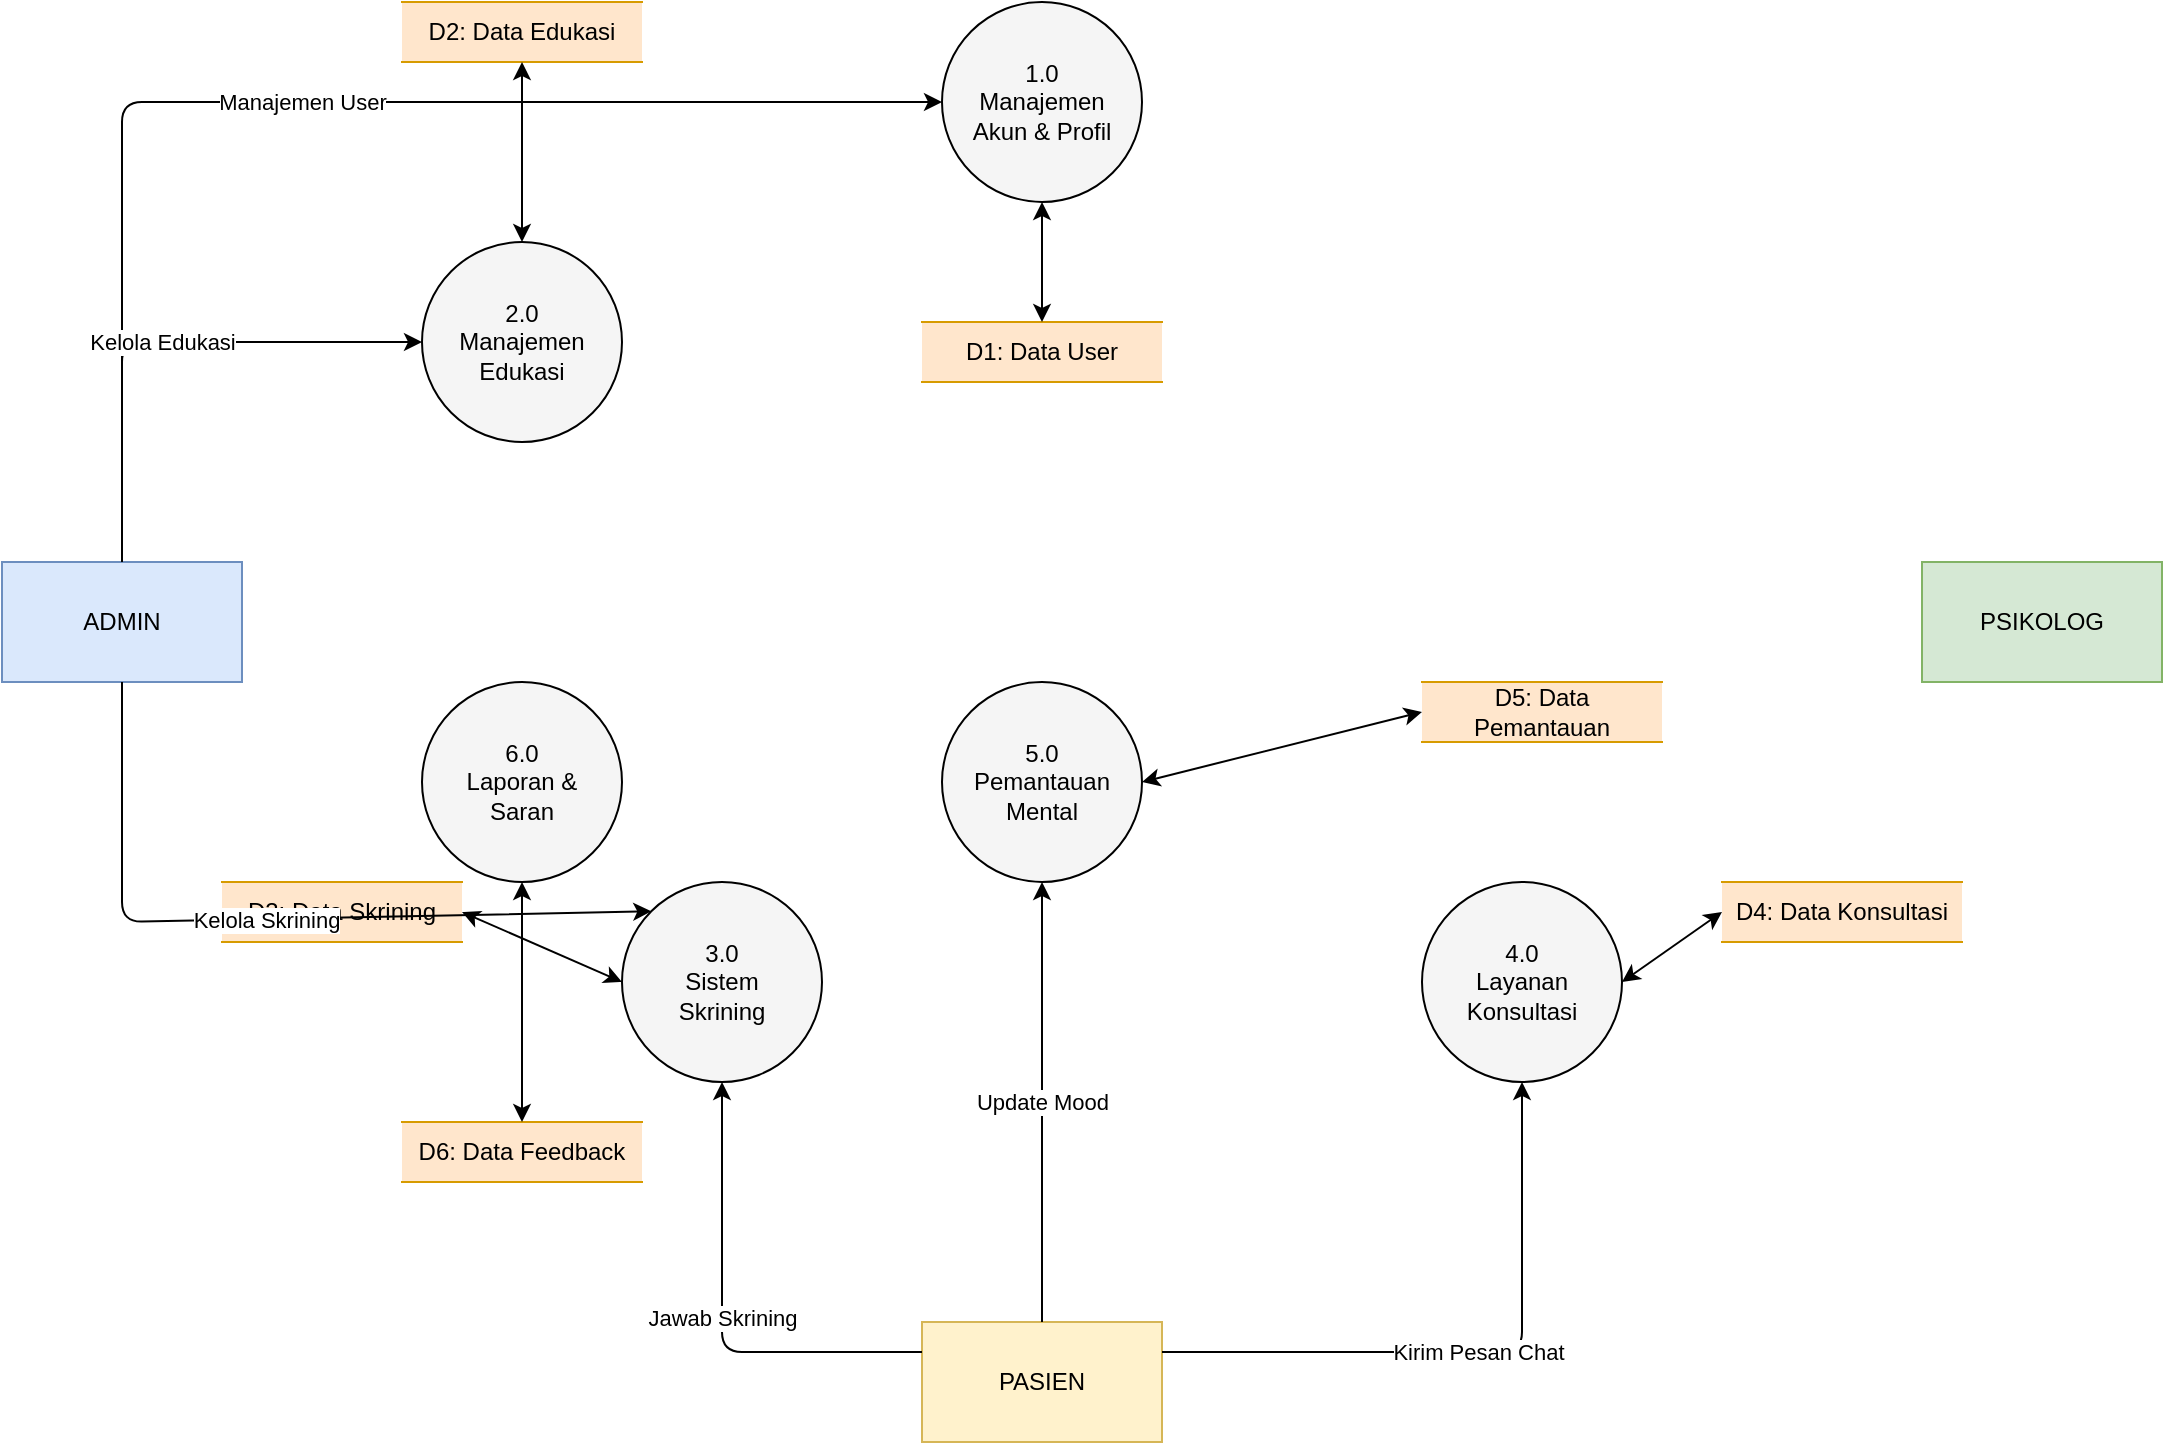
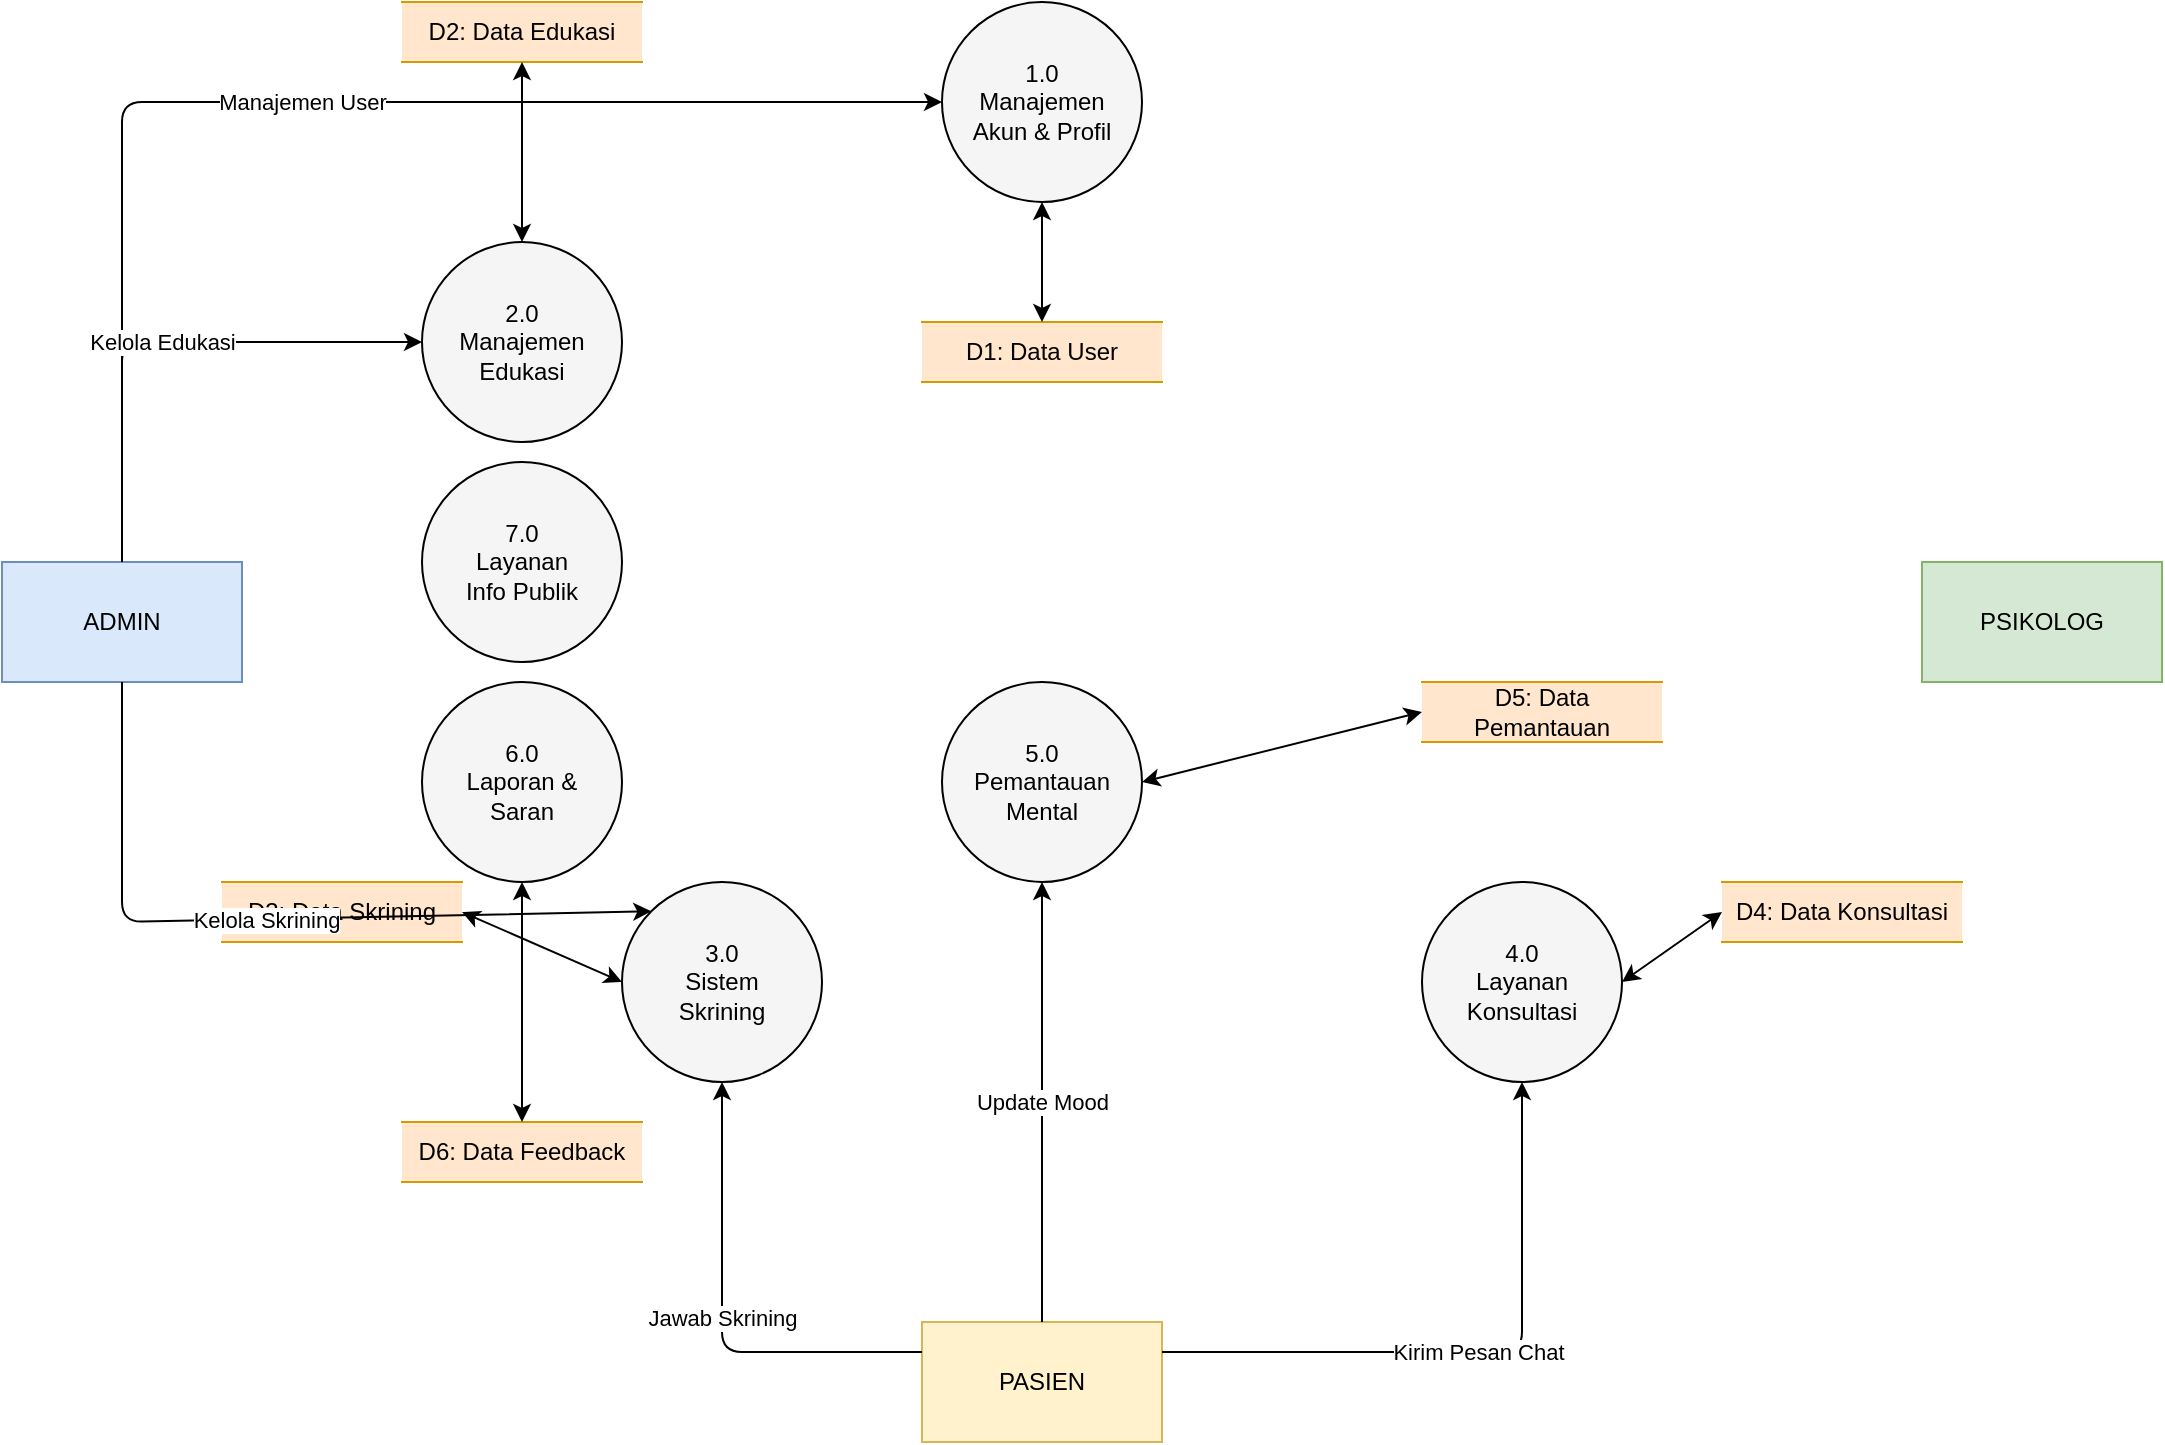
<mxfile host="Electron" modified="2026-05-24T17:05:00.000Z" agent="5.0" version="21.6.8" type="device">
  <diagram id="DFD-L1" name="DFD Level 1 - Sistem Ruang Pulih">
    <mxGraphModel dx="1600" dy="1200" grid="1" gridSize="10" guides="1" tooltips="1" connect="1" arrows="1" fold="1" page="1" pageScale="1" pageWidth="1169" pageHeight="827" math="0" shadow="0">
      <root>
        <mxCell id="0" />
        <mxCell id="1" parent="0" />

        <!-- External Entities -->
        <mxCell id="E1" value="ADMIN" style="rounded=0;whiteSpace=wrap;html=1;fillColor=#dae8fc;strokeColor=#6c8ebf;fontWeight=bold;" vertex="1" parent="1"><mxGeometry x="40" y="320" width="120" height="60" as="geometry" /></mxCell>
        <mxCell id="E2" value="PSIKOLOG" style="rounded=0;whiteSpace=wrap;html=1;fillColor=#d5e8d4;strokeColor=#82b366;fontWeight=bold;" vertex="1" parent="1"><mxGeometry x="1000" y="320" width="120" height="60" as="geometry" /></mxCell>
        <mxCell id="E3" value="PASIEN" style="rounded=0;whiteSpace=wrap;html=1;fillColor=#fff2cc;strokeColor=#d6b656;fontWeight=bold;" vertex="1" parent="1"><mxGeometry x="500" y="700" width="120" height="60" as="geometry" /></mxCell>

        <!-- Processes -->
        <mxCell id="P1" value="1.0&lt;br&gt;Manajemen&lt;br&gt;Akun &amp; Profil" style="ellipse;whiteSpace=wrap;html=1;aspect=fixed;fillColor=#f5f5f5;" vertex="1" parent="1"><mxGeometry x="510" y="40" width="100" height="100" as="geometry" /></mxCell>
        <mxCell id="P2" value="2.0&lt;br&gt;Manajemen&lt;br&gt;Edukasi" style="ellipse;whiteSpace=wrap;html=1;aspect=fixed;fillColor=#f5f5f5;" vertex="1" parent="1"><mxGeometry x="250" y="160" width="100" height="100" as="geometry" /></mxCell>
        <mxCell id="P3" value="3.0&lt;br&gt;Sistem&lt;br&gt;Skrining" style="ellipse;whiteSpace=wrap;html=1;aspect=fixed;fillColor=#f5f5f5;" vertex="1" parent="1"><mxGeometry x="350" y="480" width="100" height="100" as="geometry" /></mxCell>
        <mxCell id="P4" value="4.0&lt;br&gt;Layanan&lt;br&gt;Konsultasi" style="ellipse;whiteSpace=wrap;html=1;aspect=fixed;fillColor=#f5f5f5;" vertex="1" parent="1"><mxGeometry x="750" y="480" width="100" height="100" as="geometry" /></mxCell>
        <mxCell id="P5" value="5.0&lt;br&gt;Pemantauan&lt;br&gt;Mental" style="ellipse;whiteSpace=wrap;html=1;aspect=fixed;fillColor=#f5f5f5;" vertex="1" parent="1"><mxGeometry x="510" y="380" width="100" height="100" as="geometry" /></mxCell>
        <mxCell id="P6" value="6.0&lt;br&gt;Laporan &amp;&lt;br&gt;Saran" style="ellipse;whiteSpace=wrap;html=1;aspect=fixed;fillColor=#f5f5f5;" vertex="1" parent="1"><mxGeometry x="250" y="380" width="100" height="100" as="geometry" /></mxCell>
+         <mxCell id="P7" value="7.0&lt;br&gt;Layanan&lt;br&gt;Info Publik" style="ellipse;whiteSpace=wrap;html=1;aspect=fixed;fillColor=#f5f5f5;" vertex="1" parent="1"><mxGeometry x="250" y="270" width="100" height="100" as="geometry" /></mxCell>

        <!-- Data Stores -->
        <mxCell id="D1" value="D1: Data User" style="shape=partialRectangle;whiteSpace=wrap;html=1;left=0;right=0;fillColor=#ffe6cc;strokeColor=#d79b00;" vertex="1" parent="1"><mxGeometry x="500" y="200" width="120" height="30" as="geometry" /></mxCell>
        <mxCell id="D2" value="D2: Data Edukasi" style="shape=partialRectangle;whiteSpace=wrap;html=1;left=0;right=0;fillColor=#ffe6cc;strokeColor=#d79b00;" vertex="1" parent="1"><mxGeometry x="240" y="40" width="120" height="30" as="geometry" /></mxCell>
        <mxCell id="D3" value="D3: Data Skrining" style="shape=partialRectangle;whiteSpace=wrap;html=1;left=0;right=0;fillColor=#ffe6cc;strokeColor=#d79b00;" vertex="1" parent="1"><mxGeometry x="150" y="480" width="120" height="30" as="geometry" /></mxCell>
        <mxCell id="D4" value="D4: Data Konsultasi" style="shape=partialRectangle;whiteSpace=wrap;html=1;left=0;right=0;fillColor=#ffe6cc;strokeColor=#d79b00;" vertex="1" parent="1"><mxGeometry x="900" y="480" width="120" height="30" as="geometry" /></mxCell>
        <mxCell id="D5" value="D5: Data Pemantauan" style="shape=partialRectangle;whiteSpace=wrap;html=1;left=0;right=0;fillColor=#ffe6cc;strokeColor=#d79b00;" vertex="1" parent="1"><mxGeometry x="750" y="380" width="120" height="30" as="geometry" /></mxCell>
        <mxCell id="D6" value="D6: Data Feedback" style="shape=partialRectangle;whiteSpace=wrap;html=1;left=0;right=0;fillColor=#ffe6cc;strokeColor=#d79b00;" vertex="1" parent="1"><mxGeometry x="240" y="600" width="120" height="30" as="geometry" /></mxCell>

        <!-- General Data Flows (Simplified from Level 2) -->
        <mxCell id="F_A1" value="Manajemen User" style="endArrow=classic;html=1;exitX=0.5;exitY=0;entryX=0;entryY=0.5;" edge="1" parent="1" source="E1" target="P1"><mxGeometry relative="1" as="geometry"><Array as="points"><mxPoint x="100" y="90" /></Array></mxGeometry></mxCell>
        <mxCell id="F_A2" value="Kelola Edukasi" style="endArrow=classic;html=1;exitX=0.5;exitY=0;entryX=0;entryY=0.5;" edge="1" parent="1" source="E1" target="P2"><mxGeometry relative="1" as="geometry"><Array as="points"><mxPoint x="100" y="210" /></Array></mxGeometry></mxCell>
        <mxCell id="F_A3" value="Kelola Skrining" style="endArrow=classic;html=1;exitX=0.5;exitY=1;entryX=0;entryY=0;" edge="1" parent="1" source="E1" target="P3"><mxGeometry relative="1" as="geometry"><Array as="points"><mxPoint x="100" y="500" /></Array></mxGeometry></mxCell>

        <mxCell id="F_P1" value="Kirim Pesan Chat" style="endArrow=classic;html=1;exitX=1;exitY=0.25;entryX=0.5;entryY=1;" edge="1" parent="1" source="E3" target="P4"><mxGeometry relative="1" as="geometry"><Array as="points"><mxPoint x="800" y="715" /></Array></mxGeometry></mxCell>
        <mxCell id="F_P2" value="Jawab Skrining" style="endArrow=classic;html=1;exitX=0;exitY=0.25;entryX=0.5;entryY=1;" edge="1" parent="1" source="E3" target="P3"><mxGeometry relative="1" as="geometry"><Array as="points"><mxPoint x="400" y="715" /></Array></mxGeometry></mxCell>
        <mxCell id="F_P3" value="Update Mood" style="endArrow=classic;html=1;exitX=0.5;exitY=0;entryX=0.5;entryY=1;" edge="1" parent="1" source="E3" target="P5"><mxGeometry relative="1" as="geometry" /></mxCell>

        <!-- Connections to Stores -->
        <mxCell id="S1" value="" style="endArrow=classic;startArrow=classic;html=1;exitX=0.5;exitY=1;entryX=0.5;entryY=0;" edge="1" parent="1" source="P1" target="D1"><mxGeometry relative="1" as="geometry" /></mxCell>
        <mxCell id="S2" value="" style="endArrow=classic;startArrow=classic;html=1;exitX=0.5;exitY=0;entryX=0.5;entryY=1;" edge="1" parent="1" source="P2" target="D2"><mxGeometry relative="1" as="geometry" /></mxCell>
        <mxCell id="S3" value="" style="endArrow=classic;startArrow=classic;html=1;exitX=0;exitY=0.5;entryX=1;entryY=0.5;" edge="1" parent="1" source="P3" target="D3"><mxGeometry relative="1" as="geometry" /></mxCell>
        <mxCell id="S4" value="" style="endArrow=classic;startArrow=classic;html=1;exitX=1;exitY=0.5;entryX=0;entryY=0.5;" edge="1" parent="1" source="P4" target="D4"><mxGeometry relative="1" as="geometry" /></mxCell>
        <mxCell id="S5" value="" style="endArrow=classic;startArrow=classic;html=1;exitX=1;exitY=0.5;entryX=0;entryY=0.5;" edge="1" parent="1" source="P5" target="D5"><mxGeometry relative="1" as="geometry" /></mxCell>
        <mxCell id="S6" value="" style="endArrow=classic;startArrow=classic;html=1;exitX=0.5;exitY=1;entryX=0.5;entryY=0;" edge="1" parent="1" source="P6" target="D6"><mxGeometry relative="1" as="geometry" /></mxCell>

      </root>
    </mxGraphModel>
  </diagram>
</mxfile>